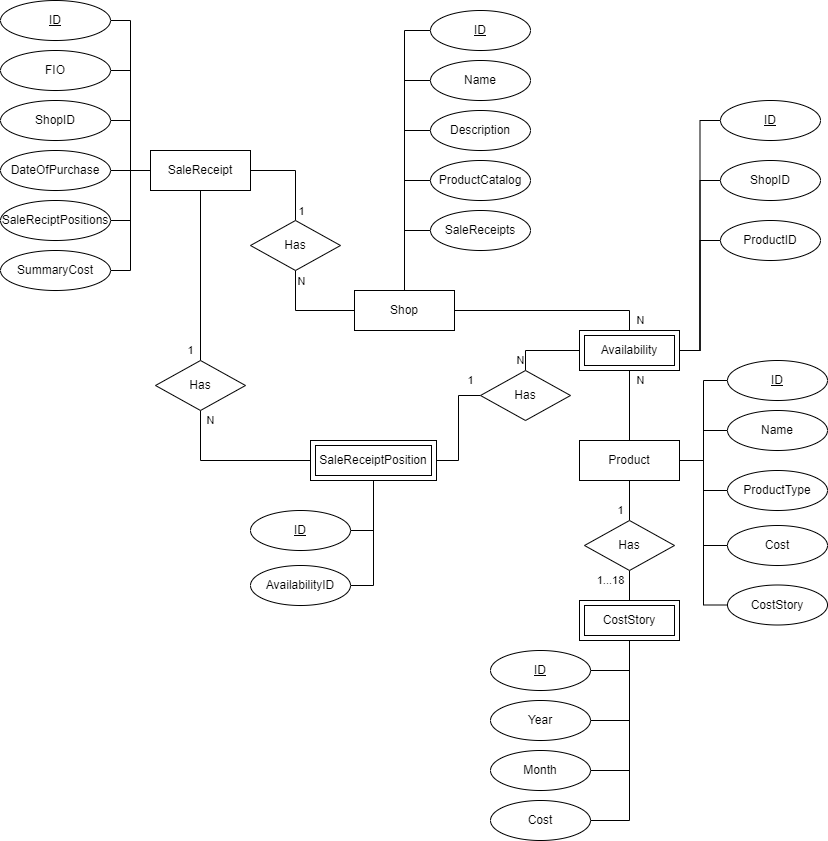
Before: docs/imgs/ER.drawio.png, a diagram exported from draw.io (Yokud/DBCourseWork). Source tidied: cells renumbered, new cells last; positions are measured from the earlier drawing's top-left corner, leaving out a move shared by most shapes.
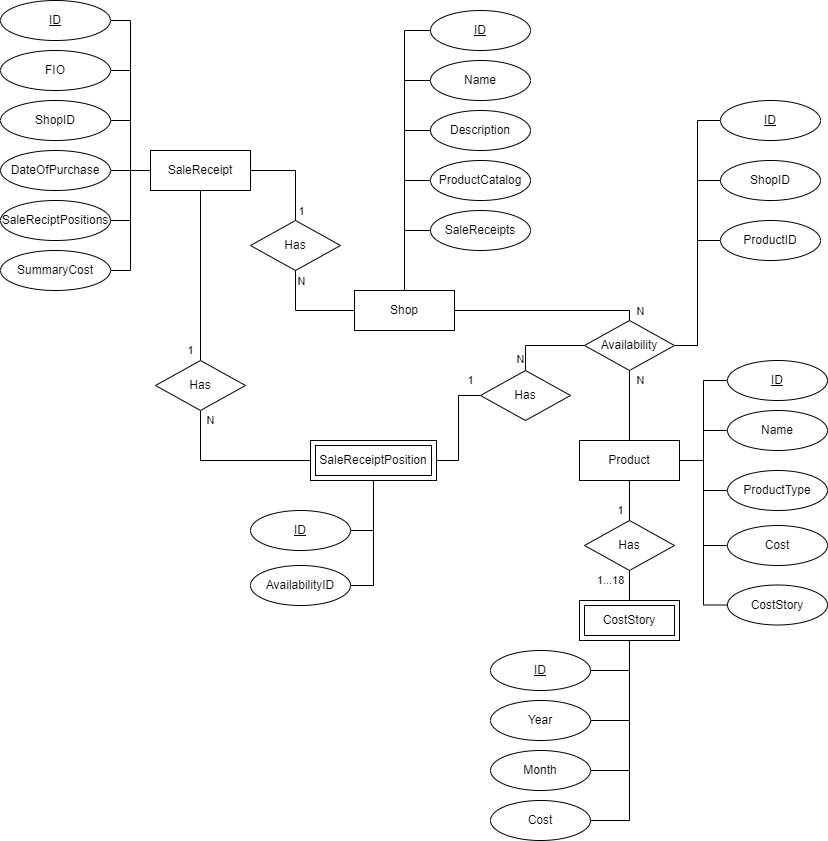
The same file after the commit.

The edit, as a diff of the source:
```diff
@@ -17,7 +17,11 @@
       <mxGeometry x="150" y="150" width="100" height="40" as="geometry" />
     </mxCell>
     <mxCell id="6" value="N" style="edgeStyle=orthogonalEdgeStyle;rounded=0;jettySize=auto;html=1;exitX=1;exitY=0.5;exitDx=0;exitDy=0;entryX=0.5;entryY=0;entryDx=0;entryDy=0;endArrow=none;endFill=0;" parent="1" edge="1" source="7" target="62">
-      <mxGeometry x="0.9" y="11" relative="1" as="geometry" />
+      <mxGeometry x="0.9" y="11" relative="1" as="geometry">
+        <Array as="points">
+          <mxPoint x="629" y="310" />
+        </Array>
+      </mxGeometry>
     </mxCell>
     <mxCell id="7" value="Shop" style="whiteSpace=wrap;html=1;align=center;" parent="1" vertex="1">
       <mxGeometry x="354" y="290" width="100" height="40" as="geometry" />
@@ -183,12 +187,9 @@
     <mxCell id="60" value="CostStory" style="ellipse;whiteSpace=wrap;html=1;align=center;" parent="1" vertex="1">
       <mxGeometry x="727" y="584.5" width="100" height="40" as="geometry" />
     </mxCell>
-    <mxCell id="61" value="N" style="edgeStyle=orthogonalEdgeStyle;rounded=0;jettySize=auto;html=1;exitX=0.5;exitY=1;exitDx=0;exitDy=0;entryX=0.5;entryY=0;entryDx=0;entryDy=0;endArrow=none;endFill=0;" parent="1" edge="1" source="62" target="9">
+    <mxCell id="61" value="N" style="edgeStyle=orthogonalEdgeStyle;rounded=0;jettySize=auto;html=1;entryX=0.5;entryY=0;entryDx=0;entryDy=0;endArrow=none;endFill=0;exitX=0.5;exitY=1;exitDx=0;exitDy=0;" parent="1" edge="1" source="62" target="9">
       <mxGeometry x="-0.71" y="11" relative="1" as="geometry" />
     </mxCell>
-    <mxCell id="62" value="Availability" style="shape=ext;margin=3;double=1;whiteSpace=wrap;html=1;align=center;" parent="1" vertex="1">
-      <mxGeometry x="579" y="330" width="100" height="40" as="geometry" />
-    </mxCell>
     <mxCell id="63" style="edgeStyle=orthogonalEdgeStyle;rounded=0;jettySize=auto;html=1;exitX=0;exitY=0.5;exitDx=0;exitDy=0;entryX=1;entryY=0.5;entryDx=0;entryDy=0;endArrow=none;endFill=0;" parent="1" edge="1" source="64" target="62">
       <mxGeometry relative="1" as="geometry" />
     </mxCell>
@@ -222,5 +223,8 @@
     <mxCell id="73" value="Has" style="shape=rhombus;perimeter=rhombusPerimeter;whiteSpace=wrap;html=1;align=center;" parent="1" vertex="1">
       <mxGeometry x="480" y="370" width="90" height="50" as="geometry" />
     </mxCell>
+    <mxCell id="62" value="Availability" style="shape=rhombus;perimeter=rhombusPerimeter;whiteSpace=wrap;html=1;align=center;" parent="1" vertex="1">
+      <mxGeometry x="584" y="320" width="90" height="50" as="geometry" />
+    </mxCell>
   </root>
 </mxGraphModel>
```
